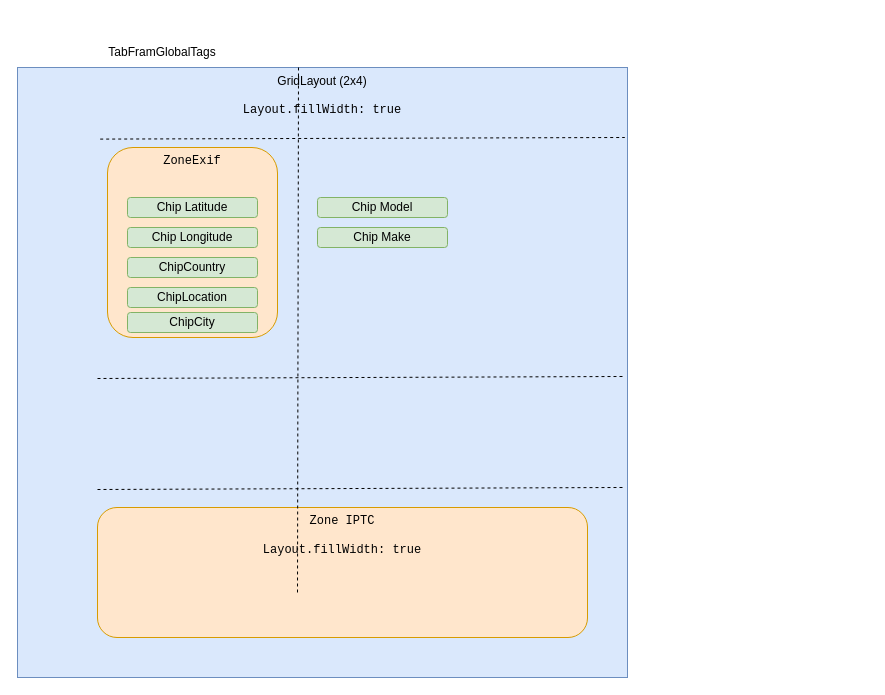
Above: page "TabFramGlobalTags" (5 of 5) of Docs/TiPhotoLocatorViews.drawio in Sphinkie/tiPhotoLocator (draw.io), before the change. Source tidied: cells renumbered, new cells numbered last; positions are measured from the earlier drawing's top-left corner, leaving out a move shared by most shapes. Both pictures are drawn from the tidied source at 100%, with x=0, y=0 at pixel (17, 37).
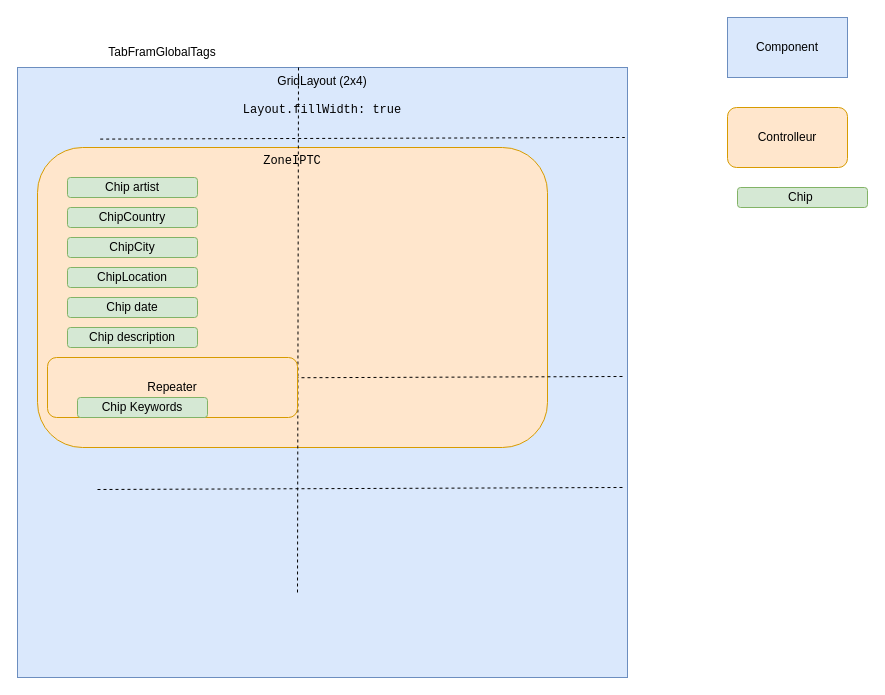
The same page after the edit.

Commit message (it also covers changes not shown here):
Cleanup de la zoner Exif (obsolete). On ne garde que la zone "iptc"

The edit, as a diff of the source:
```diff
@@
+    <mxCell id="5" value="&lt;pre style=&quot;margin-top: 0px; margin-bottom: 0px;&quot;&gt;ZoneIPTC&lt;/pre&gt;" style="rounded=1;whiteSpace=wrap;html=1;fillColor=#ffe6cc;strokeColor=#d79b00;verticalAlign=top;" parent="1" vertex="1">
+      <mxGeometry x="20" y="110" width="510" height="300" as="geometry" />
+    </mxCell>
@@
-    <mxCell id="4" value="&lt;pre style=&quot;margin-top: 0px; margin-bottom: 0px;&quot;&gt;Zone IPTC&lt;/pre&gt;&lt;pre style=&quot;margin-top: 0px; margin-bottom: 0px;&quot;&gt;&lt;br&gt;&lt;/pre&gt;&lt;pre style=&quot;margin-top: 0px; margin-bottom: 0px;&quot;&gt;Layout.fillWidth:&lt;span style=&quot;color:#c0c0c0;&quot;&gt; &lt;/span&gt;true&lt;/pre&gt;" style="rounded=1;whiteSpace=wrap;html=1;fillColor=#ffe6cc;strokeColor=#d79b00;verticalAlign=top;" parent="1" vertex="1">
-      <mxGeometry x="80" y="470" width="490" height="130" as="geometry" />
-    </mxCell>
-    <mxCell id="5" value="&lt;pre style=&quot;margin-top: 0px; margin-bottom: 0px;&quot;&gt;ZoneExif&lt;/pre&gt;" style="rounded=1;whiteSpace=wrap;html=1;fillColor=#ffe6cc;strokeColor=#d79b00;verticalAlign=top;" parent="1" vertex="1">
-      <mxGeometry x="90" y="110" width="170" height="190" as="geometry" />
-    </mxCell>
@@
-    <mxCell id="10" value="Chip Latitude" style="rounded=1;whiteSpace=wrap;html=1;fillColor=#d5e8d4;strokeColor=#82b366;" parent="1" vertex="1">
-      <mxGeometry x="110" y="160" width="130" height="20" as="geometry" />
+    <mxCell id="10" value="Chip artist" style="rounded=1;whiteSpace=wrap;html=1;fillColor=#d5e8d4;strokeColor=#82b366;" parent="1" vertex="1">
+      <mxGeometry x="50" y="140" width="130" height="20" as="geometry" />
     </mxCell>
     <mxCell id="11" value="ChipCity" style="rounded=1;whiteSpace=wrap;html=1;fillColor=#d5e8d4;strokeColor=#82b366;" parent="1" vertex="1">
-      <mxGeometry x="110" y="275" width="130" height="20" as="geometry" />
+      <mxGeometry x="50" y="200" width="130" height="20" as="geometry" />
     </mxCell>
     <mxCell id="12" value="ChipCountry" style="rounded=1;whiteSpace=wrap;html=1;fillColor=#d5e8d4;strokeColor=#82b366;" parent="1" vertex="1">
-      <mxGeometry x="110" y="220" width="130" height="20" as="geometry" />
+      <mxGeometry x="50" y="170" width="130" height="20" as="geometry" />
     </mxCell>
     <mxCell id="13" value="ChipLocation" style="rounded=1;whiteSpace=wrap;html=1;fillColor=#d5e8d4;strokeColor=#82b366;" parent="1" vertex="1">
-      <mxGeometry x="110" y="250" width="130" height="20" as="geometry" />
+      <mxGeometry x="50" y="230" width="130" height="20" as="geometry" />
     </mxCell>
-    <mxCell id="14" value="Chip Longitude" style="rounded=1;whiteSpace=wrap;html=1;fillColor=#d5e8d4;strokeColor=#82b366;" parent="1" vertex="1">
-      <mxGeometry x="110" y="190" width="130" height="20" as="geometry" />
+    <mxCell id="14" value="Chip date" style="rounded=1;whiteSpace=wrap;html=1;fillColor=#d5e8d4;strokeColor=#82b366;" parent="1" vertex="1">
+      <mxGeometry x="50" y="260" width="130" height="20" as="geometry" />
     </mxCell>
+    <mxCell id="16" value="Chip description" style="rounded=1;whiteSpace=wrap;html=1;fillColor=#d5e8d4;strokeColor=#82b366;" parent="1" vertex="1">
+      <mxGeometry x="50" y="290" width="130" height="20" as="geometry" />
+    </mxCell>
+    <mxCell id="17" value="Component" style="rounded=0;whiteSpace=wrap;html=1;fillColor=#dae8fc;strokeColor=#6c8ebf;" parent="1" vertex="1">
+      <mxGeometry x="710" y="-20" width="120" height="60" as="geometry" />
+    </mxCell>
+    <mxCell id="18" value="Controlleur" style="rounded=1;whiteSpace=wrap;html=1;fillColor=#ffe6cc;strokeColor=#d79b00;" parent="1" vertex="1">
+      <mxGeometry x="710" y="70" width="120" height="60" as="geometry" />
+    </mxCell>
+    <mxCell id="19" value="Chip&amp;nbsp;" style="rounded=1;whiteSpace=wrap;html=1;fillColor=#d5e8d4;strokeColor=#82b366;" parent="1" vertex="1">
+      <mxGeometry x="720" y="150" width="130" height="20" as="geometry" />
+    </mxCell>
+    <mxCell id="20" value="Repeater" style="rounded=1;whiteSpace=wrap;html=1;fillColor=#ffe6cc;strokeColor=#d79b00;" parent="1" vertex="1">
+      <mxGeometry x="30" y="320" width="250" height="60" as="geometry" />
+    </mxCell>
-    <mxCell id="15" value="Chip Model" style="rounded=1;whiteSpace=wrap;html=1;fillColor=#d5e8d4;strokeColor=#82b366;" parent="1" vertex="1">
-      <mxGeometry x="300" y="160" width="130" height="20" as="geometry" />
+    <mxCell id="15" value="Chip Keywords" style="rounded=1;whiteSpace=wrap;html=1;fillColor=#d5e8d4;strokeColor=#82b366;" parent="1" vertex="1">
+      <mxGeometry x="60" y="360" width="130" height="20" as="geometry" />
     </mxCell>
-    <mxCell id="16" value="Chip Make" style="rounded=1;whiteSpace=wrap;html=1;fillColor=#d5e8d4;strokeColor=#82b366;" parent="1" vertex="1">
-      <mxGeometry x="300" y="190" width="130" height="20" as="geometry" />
-    </mxCell>
```
